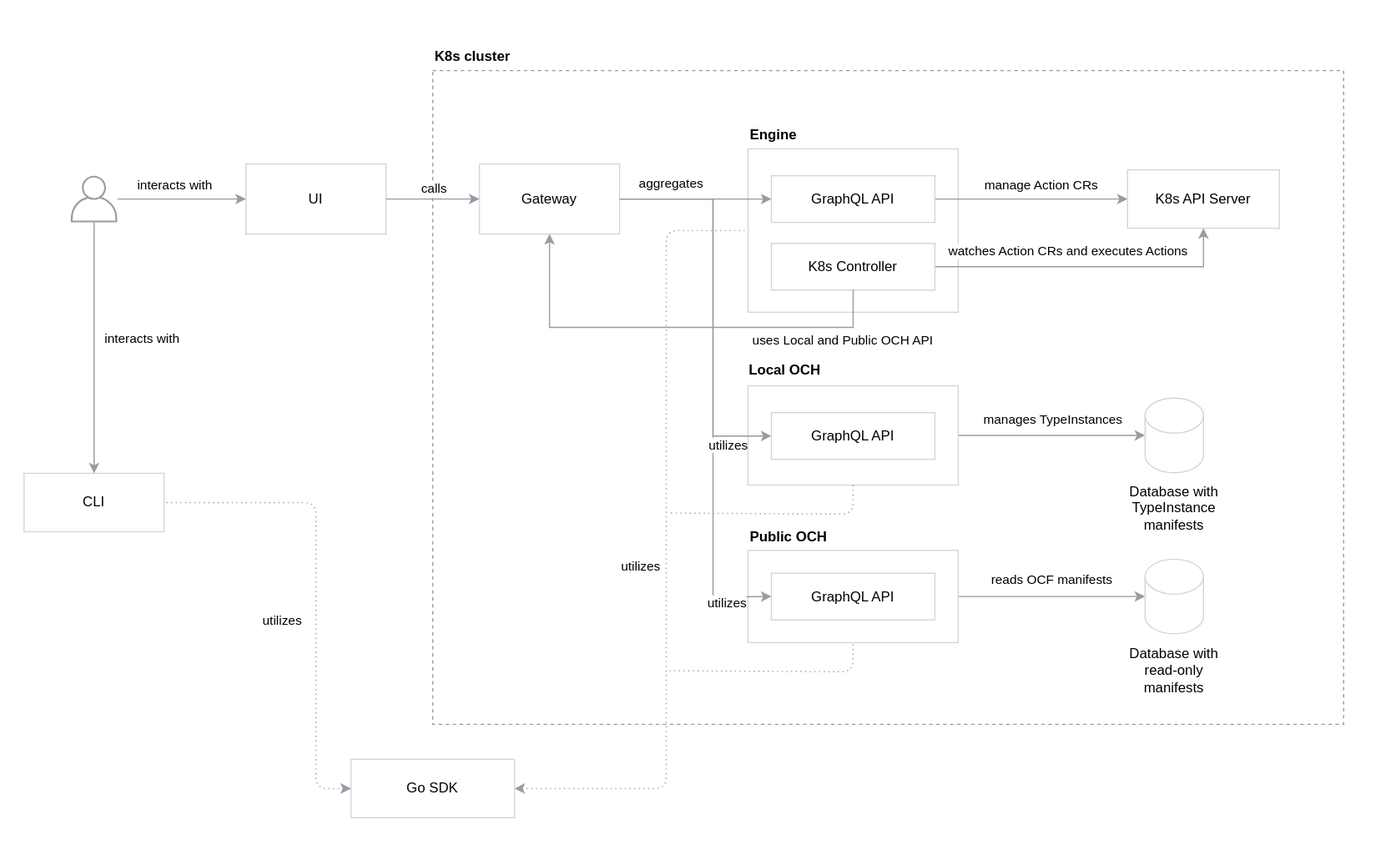
Earlier version of the draw.io export docs/assets/components.svg (capactio/capact). Source tidied: cells renumbered, new cells last; positions are measured from the earlier drawing's top-left corner, leaving out a move shared by most shapes.
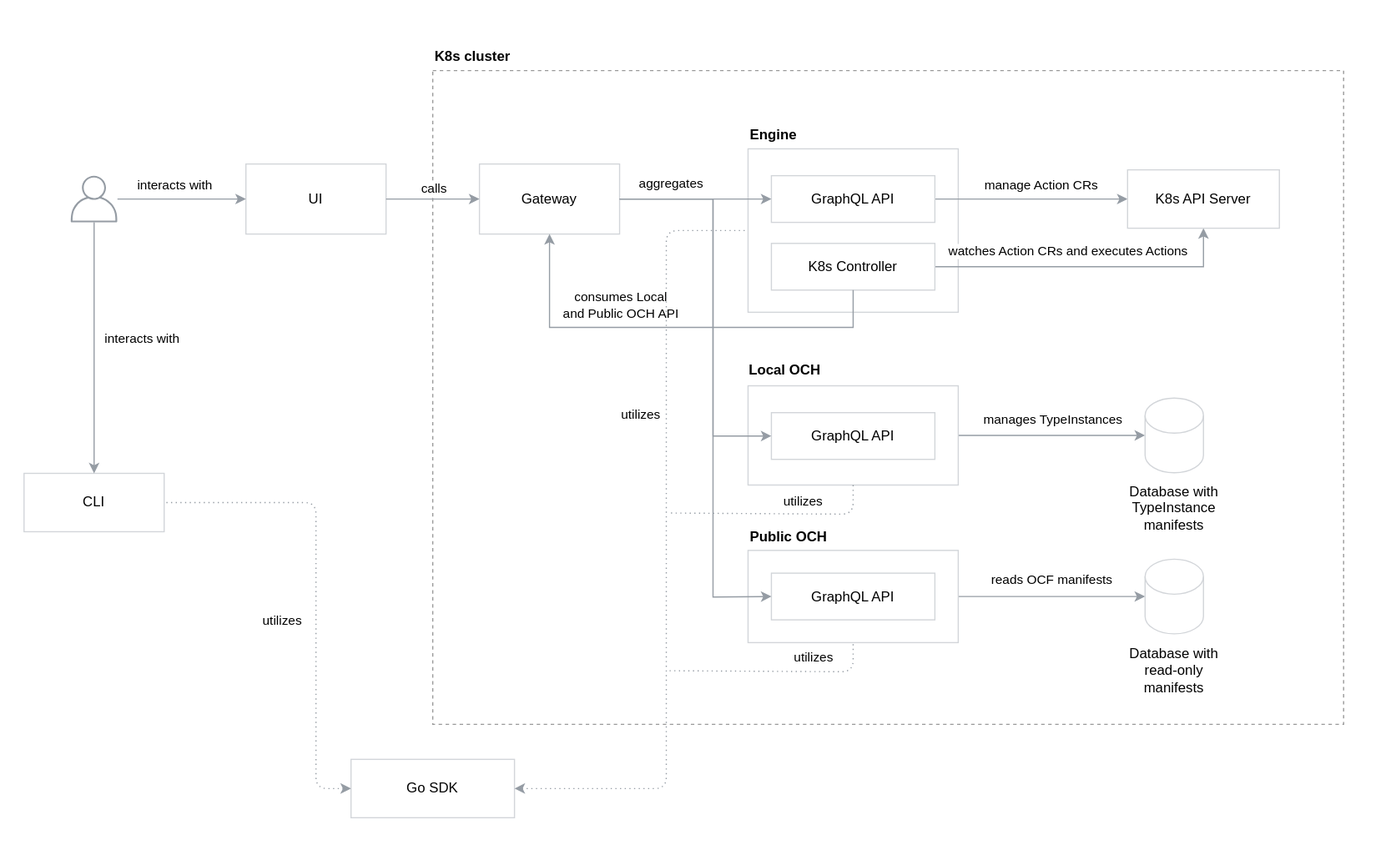
The same diagram one commit later.

Commit message:
Polish document

Diff of the diagram source:
```diff
@@ -154,9 +154,9 @@
         </Array>
       </mxGeometry>
     </mxCell>
-    <mxCell id="41" value="uses Local and Public OCH API" style="edgeLabel;html=1;align=center;verticalAlign=middle;" parent="40" vertex="1">
+    <mxCell id="41" value="consumes Local&lt;br&gt;and Public OCH API" style="edgeLabel;html=1;align=center;verticalAlign=middle;" parent="40" vertex="1">
       <mxGeometry x="-0.12" y="-1" relative="1" as="geometry">
-        <mxPoint x="121" y="11" as="offset" />
+        <mxPoint x="-69" y="-19" as="offset" />
       </mxGeometry>
     </mxCell>
     <mxCell id="42" value="Database with TypeInstance manifests" style="text;html=1;strokeColor=none;fillColor=none;align=center;verticalAlign=middle;whiteSpace=wrap;rounded=0;fontStyle=0;" parent="1" vertex="1">
@@ -191,7 +191,7 @@
     </mxCell>
     <mxCell id="48" value="utilizes" style="edgeLabel;html=1;align=center;verticalAlign=middle;" parent="47" vertex="1">
       <mxGeometry x="-0.22" y="1" relative="1" as="geometry">
-        <mxPoint x="-21.9" y="-57.5" as="offset" />
+        <mxPoint x="-22" y="-188" as="offset" />
       </mxGeometry>
     </mxCell>
     <mxCell id="49" style="endArrow=none;dashed=1;html=1;dashPattern=1 3;strokeWidth=1;strokeColor=#959CA4;startArrow=none;startFill=0;entryX=0.5;entryY=1;entryDx=0;entryDy=0;" parent="1" edge="1" target="23">
@@ -204,7 +204,7 @@
     </mxCell>
     <mxCell id="50" value="utilizes" style="edgeLabel;html=1;align=center;verticalAlign=middle;" parent="49" vertex="1">
       <mxGeometry x="-0.22" y="1" relative="1" as="geometry">
-        <mxPoint x="-21.9" y="-57.5" as="offset" />
+        <mxPoint x="42" y="-9.4" as="offset" />
       </mxGeometry>
     </mxCell>
     <mxCell id="51" style="endArrow=none;dashed=1;html=1;dashPattern=1 3;strokeWidth=1;strokeColor=#959CA4;startArrow=none;startFill=0;entryX=0.5;entryY=1;entryDx=0;entryDy=0;exitX=0.26;exitY=0.918;exitDx=0;exitDy=0;exitPerimeter=0;" parent="1" edge="1" source="3" target="28">
@@ -216,7 +216,7 @@
     </mxCell>
     <mxCell id="52" value="utilizes" style="edgeLabel;html=1;align=center;verticalAlign=middle;" parent="51" vertex="1">
       <mxGeometry x="-0.22" y="1" relative="1" as="geometry">
-        <mxPoint x="-21.9" y="-57.5" as="offset" />
+        <mxPoint x="51.2" y="-10.5" as="offset" />
       </mxGeometry>
     </mxCell>
   </root>
```
